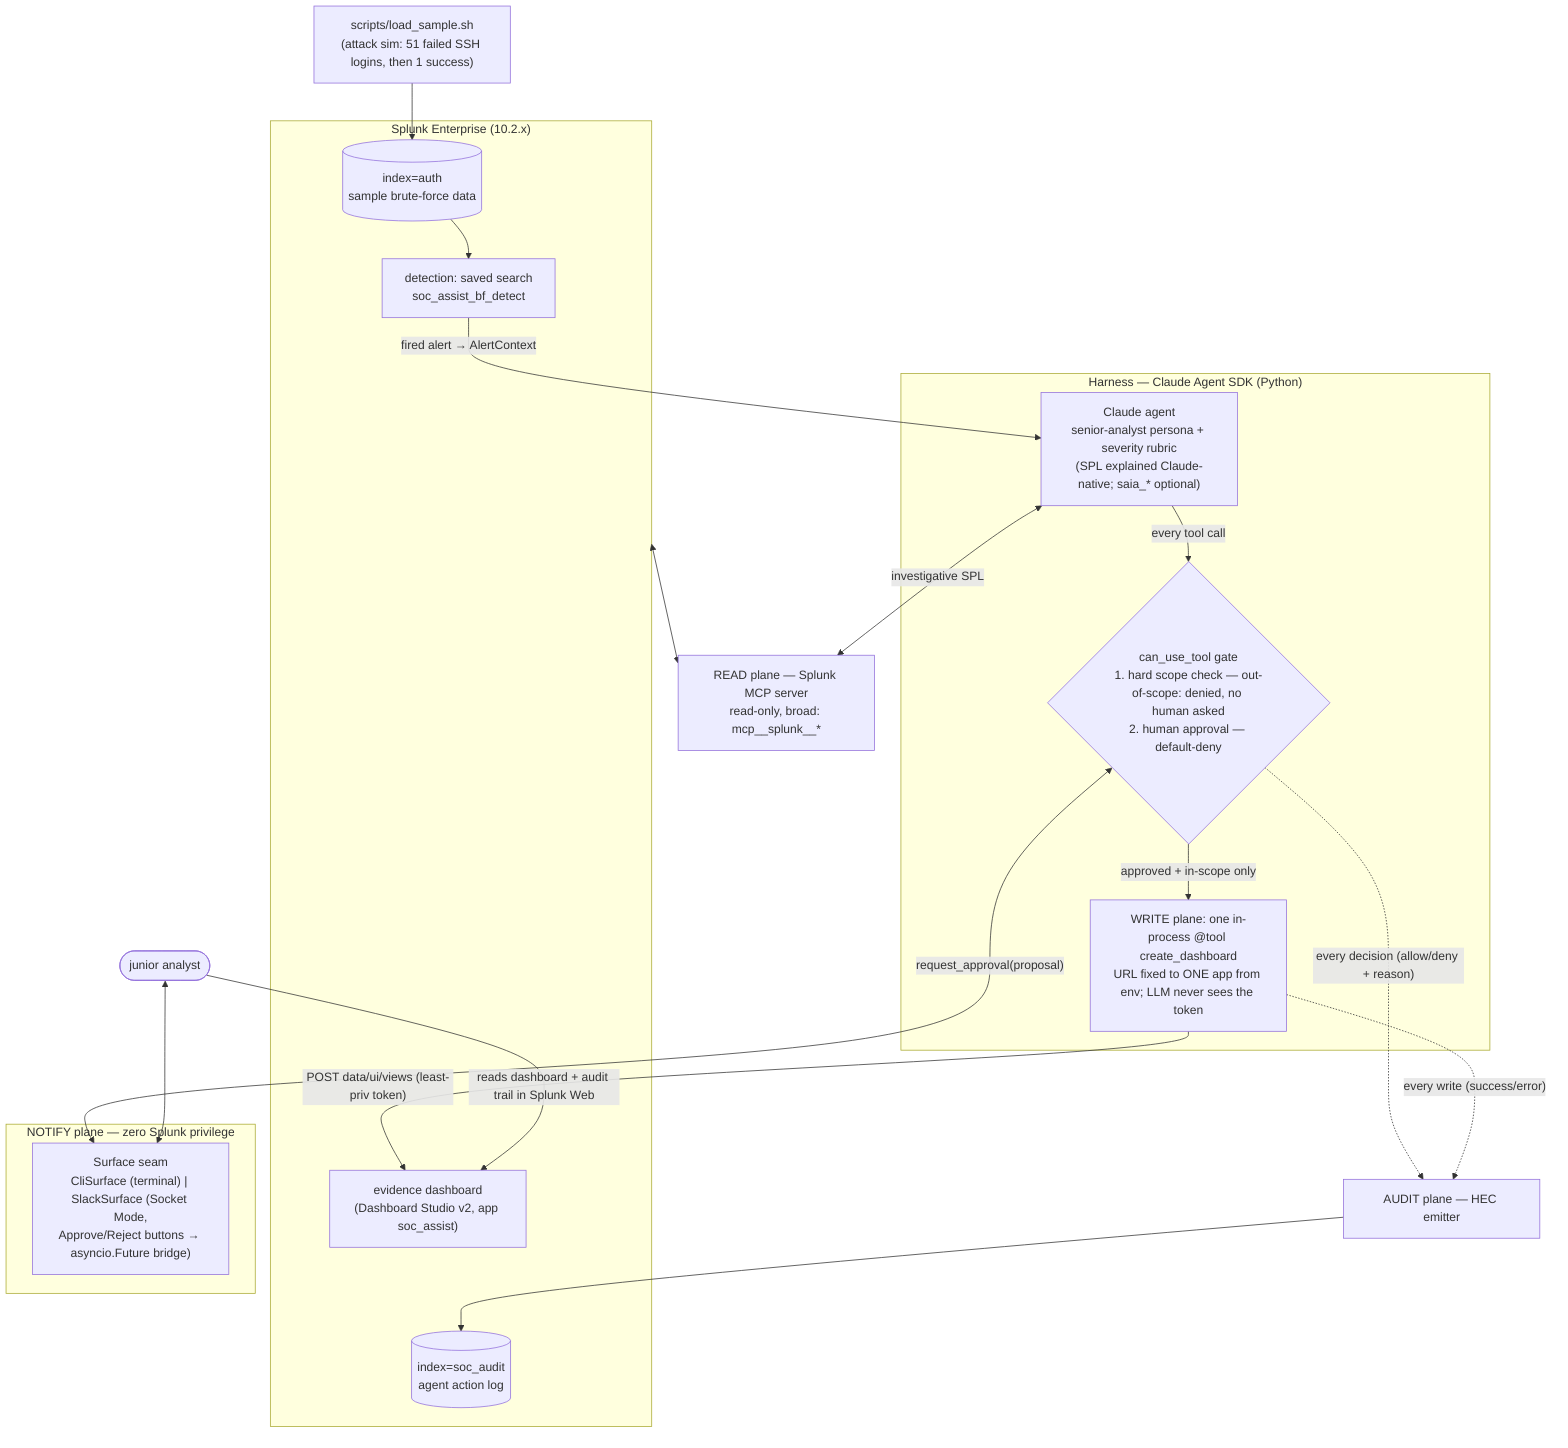
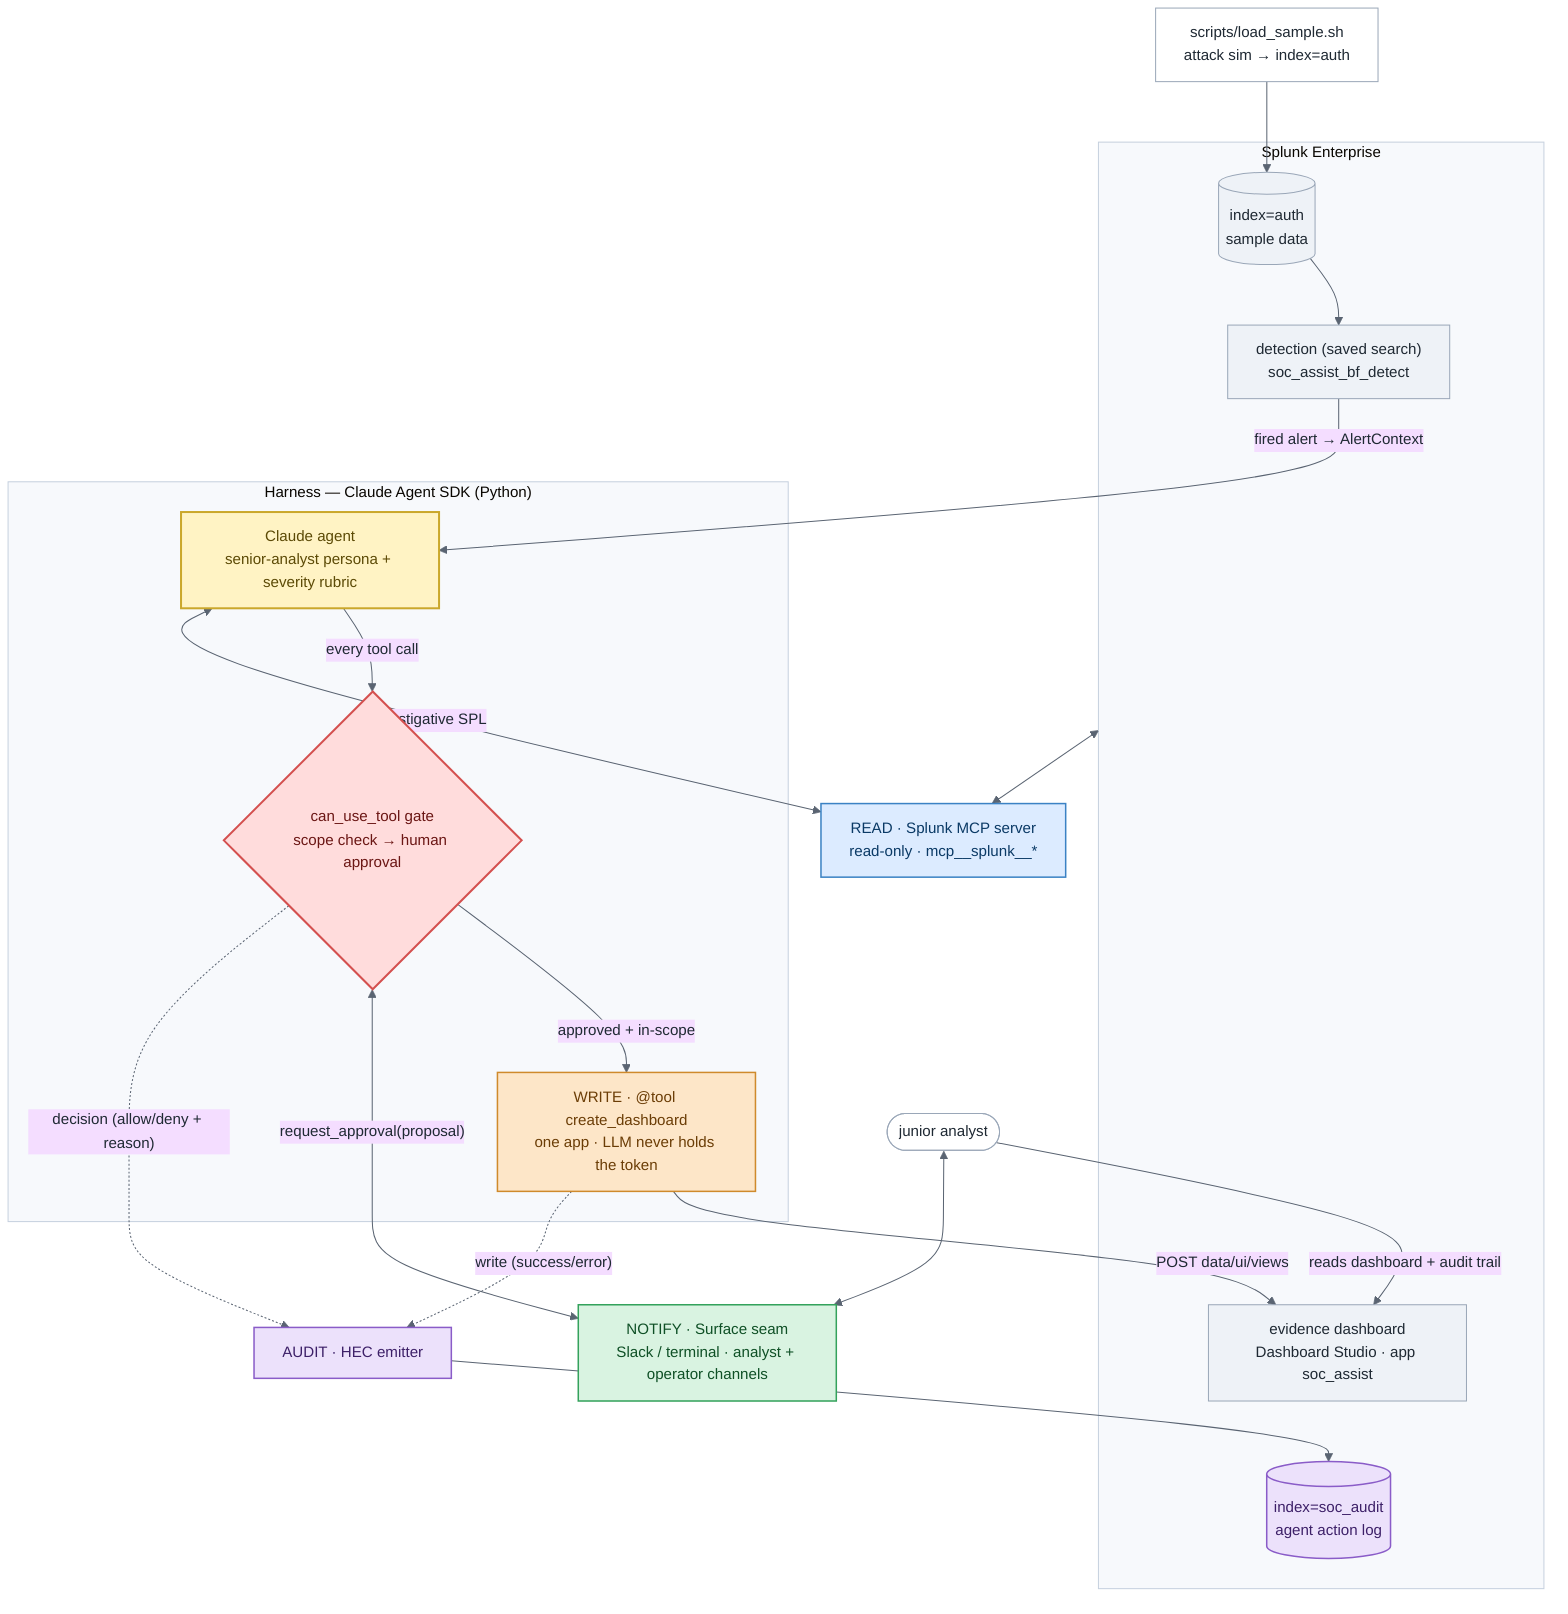
%% soc-assist architecture — four planes separated by privilege.
+ %% Nodes are colored by plane: READ=blue · WRITE=amber · NOTIFY=green · AUDIT=purple · gate=red.
%% Render: npx -y @mermaid-js/mermaid-cli -i architecture.mmd -o architecture.svg -b transparent
+ %%{init: {'theme':'base',
+   'themeVariables':{'fontSize':'15px','lineColor':'#5a6472','primaryTextColor':'#1f2933',
+     'clusterBkg':'#f7f9fc','clusterBorder':'#c6d0de'},
+   'flowchart':{'padding':14,'nodeSpacing':45,'rankSpacing':60,'curve':'basis'}
+ }}%%
flowchart TB
-     subgraph SPLUNK["Splunk Enterprise (10.2.x)"]
-         IDX[("index=auth<br/>sample brute-force data")]
-         DET["detection: saved search<br/>soc_assist_bf_detect"]
-         DASH["evidence dashboard<br/>(Dashboard Studio v2, app soc_assist)"]
+     subgraph SPLUNK["Splunk Enterprise"]
+         IDX[("index=auth<br/>sample data")]
+         DET["detection (saved search)<br/>soc_assist_bf_detect"]
+         DASH["evidence dashboard<br/>Dashboard Studio · app soc_assist"]
        AIDX[("index=soc_audit<br/>agent action log")]
        IDX --> DET
    end

-     LOADER["scripts/load_sample.sh<br/>(attack sim: 51 failed SSH logins, then 1 success)"] --> IDX
+     LOADER["scripts/load_sample.sh<br/>attack sim → index=auth"] --> IDX

    subgraph HARNESS["Harness — Claude Agent SDK (Python)"]
-         AGENT["Claude agent<br/>senior-analyst persona + severity rubric<br/>(SPL explained Claude-native; saia_* optional)"]
-         GATE{"can_use_tool gate<br/>1. hard scope check — out-of-scope: denied, no human asked<br/>2. human approval — default-deny"}
-         TOOL["WRITE plane: one in-process @tool create_dashboard<br/>URL fixed to ONE app from env; LLM never sees the token"]
+         AGENT["Claude agent<br/>senior-analyst persona + severity rubric"]
+         GATE{"can_use_tool gate<br/>scope check → human approval"}
+         TOOL["WRITE · @tool create_dashboard<br/>one app · LLM never holds the token"]
        AGENT -- "every tool call" --> GATE
-         GATE -- "approved + in-scope only" --> TOOL
+         GATE -- "approved + in-scope" --> TOOL
    end

-     subgraph NOTIFY["NOTIFY plane — zero Splunk privilege"]
-         SURF["Surface seam<br/>CliSurface (terminal) | SlackSurface (Socket Mode,<br/>Approve/Reject buttons → asyncio.Future bridge)"]
-     end
- 
-     MCP["READ plane — Splunk MCP server<br/>read-only, broad: mcp__splunk__*"]
+     MCP["READ · Splunk MCP server<br/>read-only · mcp__splunk__*"]
+     SURF["NOTIFY · Surface seam<br/>Slack / terminal · analyst + operator channels"]
+     HEC["AUDIT · HEC emitter"]

    DET -- "fired alert → AlertContext" --> AGENT
    AGENT <-- "investigative SPL" --> MCP
    MCP <--> SPLUNK
    GATE <-- "request_approval(proposal)" --> SURF
-     TOOL -- "POST data/ui/views (least-priv token)" --> DASH
-     GATE -. "every decision (allow/deny + reason)" .-> HEC
-     TOOL -. "every write (success/error)" .-> HEC
-     HEC["AUDIT plane — HEC emitter"] --> AIDX
+     TOOL -- "POST data/ui/views" --> DASH
+     GATE -. "decision (allow/deny + reason)" .-> HEC
+     TOOL -. "write (success/error)" .-> HEC
+     HEC --> AIDX

    ANALYST(["junior analyst"]) <--> SURF
-     ANALYST -- "reads dashboard + audit trail in Splunk Web" --> DASH
+     ANALYST -- "reads dashboard + audit trail" --> DASH
+ 
+     classDef read fill:#dcebff,stroke:#3b82c4,color:#0b3a66,stroke-width:1.5px;
+     classDef write fill:#fde6c8,stroke:#cf8a2c,color:#6b3d06,stroke-width:1.5px;
+     classDef notify fill:#d9f3e1,stroke:#34a25c,color:#0f5026,stroke-width:1.5px;
+     classDef audit fill:#ece1fb,stroke:#8a5cc8,color:#3d2068,stroke-width:1.5px;
+     classDef gate fill:#ffdcdc,stroke:#d4504f,color:#6b1614,stroke-width:2px;
+     classDef agent fill:#fff3c4,stroke:#caa72b,color:#5c4a06,stroke-width:2px;
+     classDef data fill:#eef2f7,stroke:#9aa7b8,color:#1f2933;
+     classDef ext fill:#ffffff,stroke:#9aa7b8,color:#1f2933;
+ 
+     class MCP read;
+     class TOOL write;
+     class SURF notify;
+     class HEC,AIDX audit;
+     class GATE gate;
+     class AGENT agent;
+     class IDX,DET,DASH data;
+     class LOADER,ANALYST ext;
